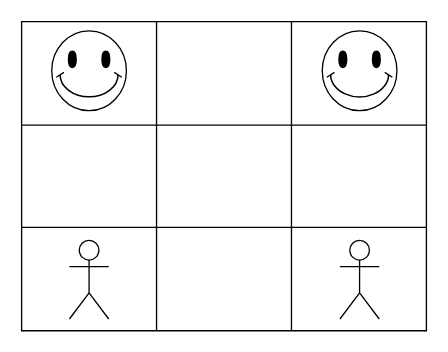
This is page "Page-7" (7 of 14) of Untitled Diagram.drawio from doudou215/regret_q_learning, a draw.io file, before an edit. Source tidied: cells renumbered, new cells numbered last; positions are measured from the earlier drawing's top-left corner, leaving out a move shared by most shapes. Both pictures are drawn from the tidied source at 131%, with x=0, y=0 at pixel (21, 21).
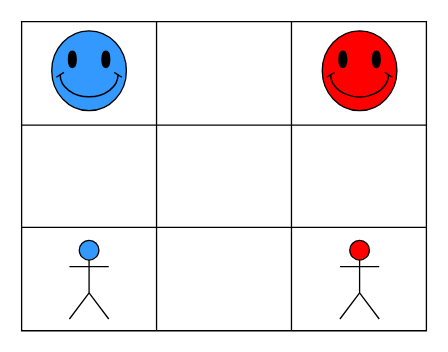
After the change.

The edit, as a diff of the source:
```diff
@@
 <mxGraphModel>
   <root>
     <mxCell id="0" />
     <mxCell id="1" parent="0" />
     <mxCell id="2" style="shape=table;html=1;whiteSpace=wrap;startSize=0;childLayout=tableLayout;" parent="1" vertex="1">
       <mxGeometry width="309" height="236" as="geometry" />
     </mxCell>
     <mxCell id="3" style="shape=tableRow;horizontal=0;startSize=0;swimlaneHead=0;swimlaneBody=0;top=0;left=0;bottom=0;right=0;fillColor=none;" parent="2" vertex="1">
       <mxGeometry width="309" height="79" as="geometry" />
     </mxCell>
     <mxCell id="4" style="shape=partialRectangle;html=1;whiteSpace=wrap;fillColor=none;top=0;left=0;bottom=0;right=0;overflow=hidden;" parent="3" vertex="1">
       <mxGeometry width="103" height="79" as="geometry" />
     </mxCell>
     <mxCell id="5" style="shape=partialRectangle;html=1;whiteSpace=wrap;fillColor=none;top=0;left=0;bottom=0;right=0;overflow=hidden;" parent="3" vertex="1">
       <mxGeometry x="103" width="103" height="79" as="geometry" />
     </mxCell>
     <mxCell id="6" style="shape=partialRectangle;html=1;whiteSpace=wrap;fillColor=none;top=0;left=0;bottom=0;right=0;overflow=hidden;" parent="3" vertex="1">
       <mxGeometry x="206" width="103" height="79" as="geometry" />
     </mxCell>
     <mxCell id="7" style="shape=tableRow;horizontal=0;startSize=0;swimlaneHead=0;swimlaneBody=0;top=0;left=0;bottom=0;right=0;fillColor=none;" parent="2" vertex="1">
       <mxGeometry y="79" width="309" height="78" as="geometry" />
     </mxCell>
     <mxCell id="8" style="shape=partialRectangle;html=1;whiteSpace=wrap;fillColor=none;top=0;left=0;bottom=0;right=0;overflow=hidden;" parent="7" vertex="1">
       <mxGeometry width="103" height="78" as="geometry" />
     </mxCell>
     <mxCell id="9" style="shape=partialRectangle;html=1;whiteSpace=wrap;fillColor=none;top=0;left=0;bottom=0;right=0;overflow=hidden;" parent="7" vertex="1">
       <mxGeometry x="103" width="103" height="78" as="geometry" />
     </mxCell>
     <mxCell id="10" style="shape=partialRectangle;html=1;whiteSpace=wrap;fillColor=none;top=0;left=0;bottom=0;right=0;overflow=hidden;" parent="7" vertex="1">
       <mxGeometry x="206" width="103" height="78" as="geometry" />
     </mxCell>
     <mxCell id="11" style="shape=tableRow;horizontal=0;startSize=0;swimlaneHead=0;swimlaneBody=0;top=0;left=0;bottom=0;right=0;fillColor=none;" parent="2" vertex="1">
       <mxGeometry y="157" width="309" height="79" as="geometry" />
     </mxCell>
     <mxCell id="12" style="shape=partialRectangle;html=1;whiteSpace=wrap;fillColor=none;top=0;left=0;bottom=0;right=0;overflow=hidden;" parent="11" vertex="1">
       <mxGeometry width="103" height="79" as="geometry" />
     </mxCell>
     <mxCell id="13" style="shape=partialRectangle;html=1;whiteSpace=wrap;fillColor=none;top=0;left=0;bottom=0;right=0;overflow=hidden;" parent="11" vertex="1">
       <mxGeometry x="103" width="103" height="79" as="geometry" />
     </mxCell>
     <mxCell id="14" style="shape=partialRectangle;html=1;whiteSpace=wrap;fillColor=none;top=0;left=0;bottom=0;right=0;overflow=hidden;" parent="11" vertex="1">
       <mxGeometry x="206" width="103" height="79" as="geometry" />
     </mxCell>
-    <mxCell id="15" style="shape=umlActor;verticalLabelPosition=bottom;verticalAlign=top;html=1;" parent="1" vertex="1">
+    <mxCell id="15" style="shape=umlActor;verticalLabelPosition=bottom;verticalAlign=top;html=1;fillColor=#3399FF;" parent="1" vertex="1">
       <mxGeometry x="36.5" y="167" width="30" height="60" as="geometry" />
     </mxCell>
-    <mxCell id="16" style="shape=umlActor;verticalLabelPosition=bottom;verticalAlign=top;html=1;" parent="1" vertex="1">
+    <mxCell id="16" style="shape=umlActor;verticalLabelPosition=bottom;verticalAlign=top;html=1;fillColor=#FF0000;" parent="1" vertex="1">
       <mxGeometry x="243" y="167" width="30" height="60" as="geometry" />
     </mxCell>
-    <mxCell id="17" style="verticalLabelPosition=bottom;verticalAlign=top;html=1;shape=mxgraph.basic.smiley;" parent="1" vertex="1">
+    <mxCell id="17" style="verticalLabelPosition=bottom;verticalAlign=top;html=1;shape=mxgraph.basic.smiley;fillColor=#3399FF;" parent="1" vertex="1">
       <mxGeometry x="23" y="7" width="57" height="61" as="geometry" />
     </mxCell>
-    <mxCell id="18" style="verticalLabelPosition=bottom;verticalAlign=top;html=1;shape=mxgraph.basic.smiley;" parent="1" vertex="1">
+    <mxCell id="18" style="verticalLabelPosition=bottom;verticalAlign=top;html=1;shape=mxgraph.basic.smiley;fillColor=#FF0000;" parent="1" vertex="1">
       <mxGeometry x="229.5" y="7" width="57" height="61" as="geometry" />
     </mxCell>
   </root>
 </mxGraphModel>
```
